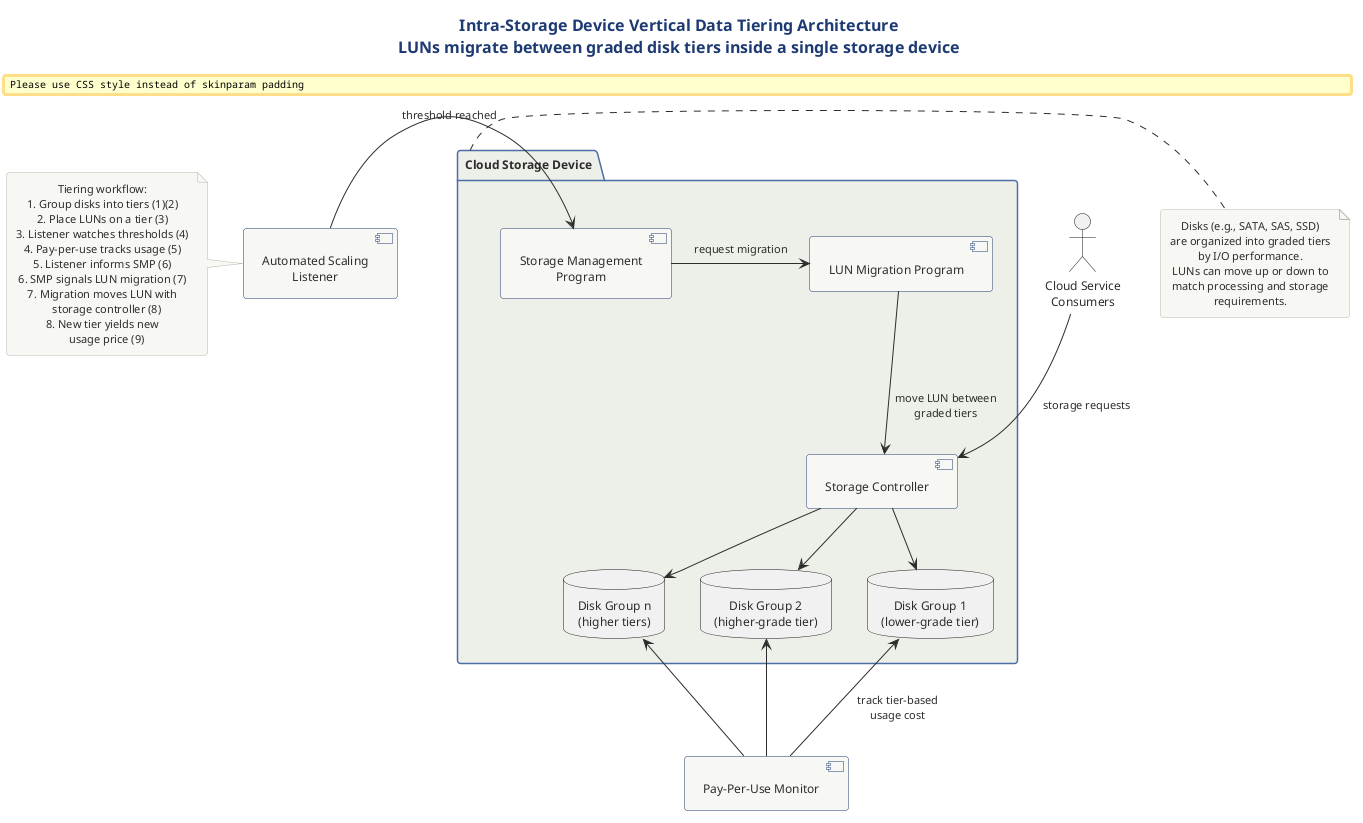
Notoriousjayy/latex-docs keeps this PlantUML diagram as src/architecture/cloud/architecture/cloud-architecture-diagram-library/specialized-cloud-architectures-puml/png/06-intra-storage-device-vertical-data-tiering.png. Above is the earlier version.
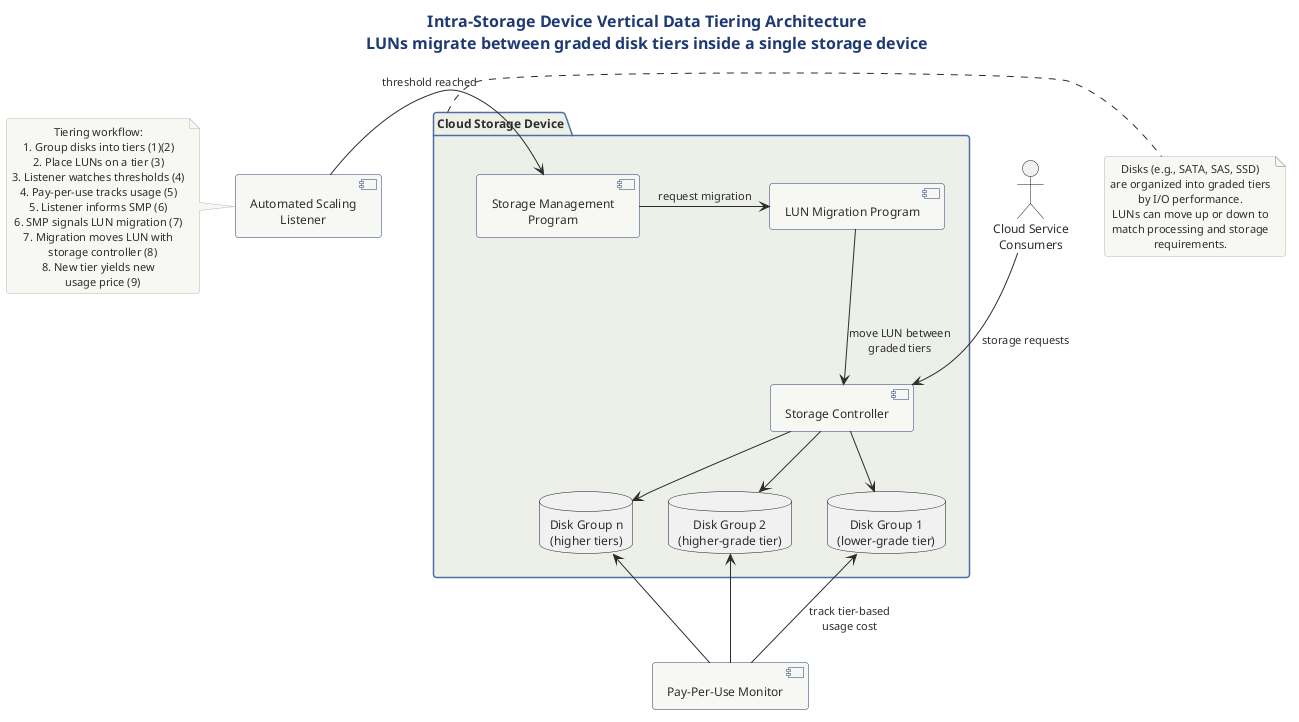
The same file after the commit.

Change to the diagram source:
```diff
@@ -1,4 +1,4 @@
-@startuml intra_storage_device_vertical_data_tiering
+@startuml
 !include ../../../../../../tooling/styles/plantuml/structural/package-diagram-style.iuml
 
 title Intra-Storage Device Vertical Data Tiering Architecture\nLUNs migrate between graded disk tiers inside a single storage device
```
